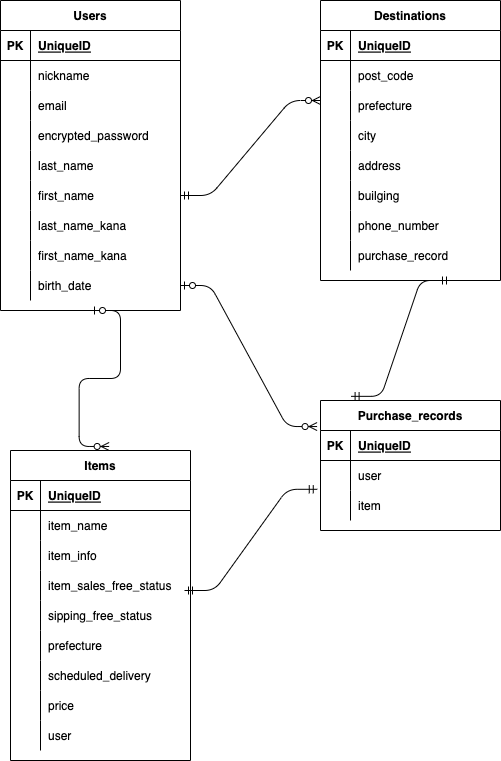
The draw.io diagram furima-38710.drawio.png in yurika0705/furima-38710, before a commit. Source tidied: cells renumbered, new cells last; positions are measured from the earlier drawing's top-left corner, leaving out a move shared by most shapes.
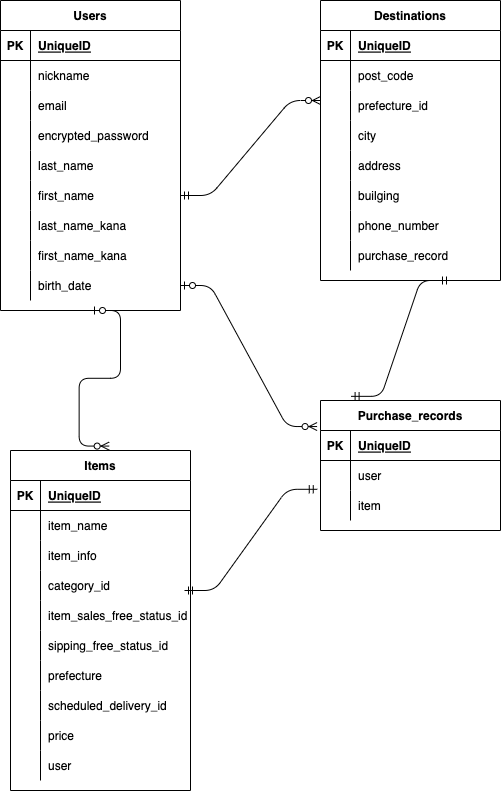
After the change.

Commit message:
データベース設計修正６

Change to the diagram source:
```diff
@@ -87,7 +87,7 @@
       <mxGeometry x="30" width="150" height="30" as="geometry" />
     </mxCell>
     <mxCell id="30" value="Items" style="shape=table;startSize=30;rowLines=0;fontStyle=1;align=center;html=0;" parent="1" vertex="1">
-      <mxGeometry x="10" y="450" width="180" height="310" as="geometry" />
+      <mxGeometry x="10" y="450" width="180" height="340" as="geometry" />
     </mxCell>
     <mxCell id="31" style="shape=partialRectangle;fillColor=none;top=0;left=0;bottom=1;right=0;html=0;" parent="30" vertex="1">
       <mxGeometry y="30" width="180" height="30" as="geometry" />
@@ -116,26 +116,35 @@
     <mxCell id="39" value="item_info" style="shape=partialRectangle;fillColor=none;top=0;left=0;bottom=0;right=0;align=left;spacingLeft=6;overflow=hidden;html=0;" parent="37" vertex="1">
       <mxGeometry x="30" width="150" height="30" as="geometry" />
     </mxCell>
+    <mxCell id="98" style="shape=partialRectangle;fillColor=none;top=0;left=0;bottom=0;right=0;html=0;" parent="30" vertex="1">
+      <mxGeometry y="120" width="180" height="30" as="geometry" />
+    </mxCell>
+    <mxCell id="99" style="shape=partialRectangle;fillColor=none;top=0;left=0;bottom=0;right=0;overflow=hidden;html=0;" parent="98" vertex="1">
+      <mxGeometry width="30" height="30" as="geometry" />
+    </mxCell>
+    <mxCell id="100" value="category_id" style="shape=partialRectangle;fillColor=none;top=0;left=0;bottom=0;right=0;align=left;spacingLeft=6;overflow=hidden;html=0;" parent="98" vertex="1">
+      <mxGeometry x="30" width="150" height="30" as="geometry" />
+    </mxCell>
     <mxCell id="40" style="shape=partialRectangle;fillColor=none;top=0;left=0;bottom=0;right=0;html=0;" parent="30" vertex="1">
-      <mxGeometry y="120" width="180" height="30" as="geometry" />
+      <mxGeometry y="150" width="180" height="30" as="geometry" />
     </mxCell>
     <mxCell id="41" style="shape=partialRectangle;fillColor=none;top=0;left=0;bottom=0;right=0;overflow=hidden;html=0;" parent="40" vertex="1">
       <mxGeometry width="30" height="30" as="geometry" />
     </mxCell>
-    <mxCell id="42" value="item_sales_free_status" style="shape=partialRectangle;fillColor=none;top=0;left=0;bottom=0;right=0;align=left;spacingLeft=6;overflow=hidden;html=0;" parent="40" vertex="1">
+    <mxCell id="42" value="item_sales_free_status_id" style="shape=partialRectangle;fillColor=none;top=0;left=0;bottom=0;right=0;align=left;spacingLeft=6;overflow=hidden;html=0;" parent="40" vertex="1">
       <mxGeometry x="30" width="150" height="30" as="geometry" />
     </mxCell>
     <mxCell id="43" style="shape=partialRectangle;fillColor=none;top=0;left=0;bottom=0;right=0;html=0;" parent="30" vertex="1">
-      <mxGeometry y="150" width="180" height="30" as="geometry" />
+      <mxGeometry y="180" width="180" height="30" as="geometry" />
     </mxCell>
     <mxCell id="44" style="shape=partialRectangle;fillColor=none;top=0;left=0;bottom=0;right=0;overflow=hidden;html=0;" parent="43" vertex="1">
       <mxGeometry width="30" height="30" as="geometry" />
     </mxCell>
-    <mxCell id="45" value="sipping_free_status" style="shape=partialRectangle;fillColor=none;top=0;left=0;bottom=0;right=0;align=left;spacingLeft=6;overflow=hidden;html=0;" parent="43" vertex="1">
+    <mxCell id="45" value="sipping_free_status_id" style="shape=partialRectangle;fillColor=none;top=0;left=0;bottom=0;right=0;align=left;spacingLeft=6;overflow=hidden;html=0;" parent="43" vertex="1">
       <mxGeometry x="30" width="150" height="30" as="geometry" />
     </mxCell>
     <mxCell id="46" style="shape=partialRectangle;fillColor=none;top=0;left=0;bottom=0;right=0;html=0;" parent="30" vertex="1">
-      <mxGeometry y="180" width="180" height="30" as="geometry" />
+      <mxGeometry y="210" width="180" height="30" as="geometry" />
     </mxCell>
     <mxCell id="47" style="shape=partialRectangle;fillColor=none;top=0;left=0;bottom=0;right=0;overflow=hidden;html=0;" parent="46" vertex="1">
       <mxGeometry width="30" height="30" as="geometry" />
@@ -144,16 +153,16 @@
       <mxGeometry x="30" width="150" height="30" as="geometry" />
     </mxCell>
     <mxCell id="49" style="shape=partialRectangle;fillColor=none;top=0;left=0;bottom=0;right=0;html=0;" parent="30" vertex="1">
-      <mxGeometry y="210" width="180" height="30" as="geometry" />
+      <mxGeometry y="240" width="180" height="30" as="geometry" />
     </mxCell>
     <mxCell id="50" style="shape=partialRectangle;fillColor=none;top=0;left=0;bottom=0;right=0;overflow=hidden;html=0;" parent="49" vertex="1">
       <mxGeometry width="30" height="30" as="geometry" />
     </mxCell>
-    <mxCell id="51" value="scheduled_delivery" style="shape=partialRectangle;fillColor=none;top=0;left=0;bottom=0;right=0;align=left;spacingLeft=6;overflow=hidden;html=0;" parent="49" vertex="1">
+    <mxCell id="51" value="scheduled_delivery_id" style="shape=partialRectangle;fillColor=none;top=0;left=0;bottom=0;right=0;align=left;spacingLeft=6;overflow=hidden;html=0;" parent="49" vertex="1">
       <mxGeometry x="30" width="150" height="30" as="geometry" />
     </mxCell>
     <mxCell id="52" style="shape=partialRectangle;fillColor=none;top=0;left=0;bottom=0;right=0;html=0;" parent="30" vertex="1">
-      <mxGeometry y="240" width="180" height="30" as="geometry" />
+      <mxGeometry y="270" width="180" height="30" as="geometry" />
     </mxCell>
     <mxCell id="53" style="shape=partialRectangle;fillColor=none;top=0;left=0;bottom=0;right=0;overflow=hidden;html=0;" parent="52" vertex="1">
       <mxGeometry width="30" height="30" as="geometry" />
@@ -162,7 +171,7 @@
       <mxGeometry x="30" width="150" height="30" as="geometry" />
     </mxCell>
     <mxCell id="55" style="shape=partialRectangle;fillColor=none;top=0;left=0;bottom=0;right=0;html=0;" parent="30" vertex="1">
-      <mxGeometry y="270" width="180" height="30" as="geometry" />
+      <mxGeometry y="300" width="180" height="30" as="geometry" />
     </mxCell>
     <mxCell id="56" style="shape=partialRectangle;fillColor=none;top=0;left=0;bottom=0;right=0;overflow=hidden;html=0;" parent="55" vertex="1">
       <mxGeometry width="30" height="30" as="geometry" />
@@ -197,7 +206,7 @@
     <mxCell id="66" style="shape=partialRectangle;fillColor=none;top=0;left=0;bottom=0;right=0;overflow=hidden;html=0;" parent="65" vertex="1">
       <mxGeometry width="30" height="30" as="geometry" />
     </mxCell>
-    <mxCell id="67" value="prefecture" style="shape=partialRectangle;fillColor=none;top=0;left=0;bottom=0;right=0;align=left;spacingLeft=6;overflow=hidden;html=0;" parent="65" vertex="1">
+    <mxCell id="67" value="prefecture_id" style="shape=partialRectangle;fillColor=none;top=0;left=0;bottom=0;right=0;align=left;spacingLeft=6;overflow=hidden;html=0;" parent="65" vertex="1">
       <mxGeometry x="30" width="150" height="30" as="geometry" />
     </mxCell>
     <mxCell id="68" style="shape=partialRectangle;fillColor=none;top=0;left=0;bottom=0;right=0;html=0;" parent="58" vertex="1">
```
